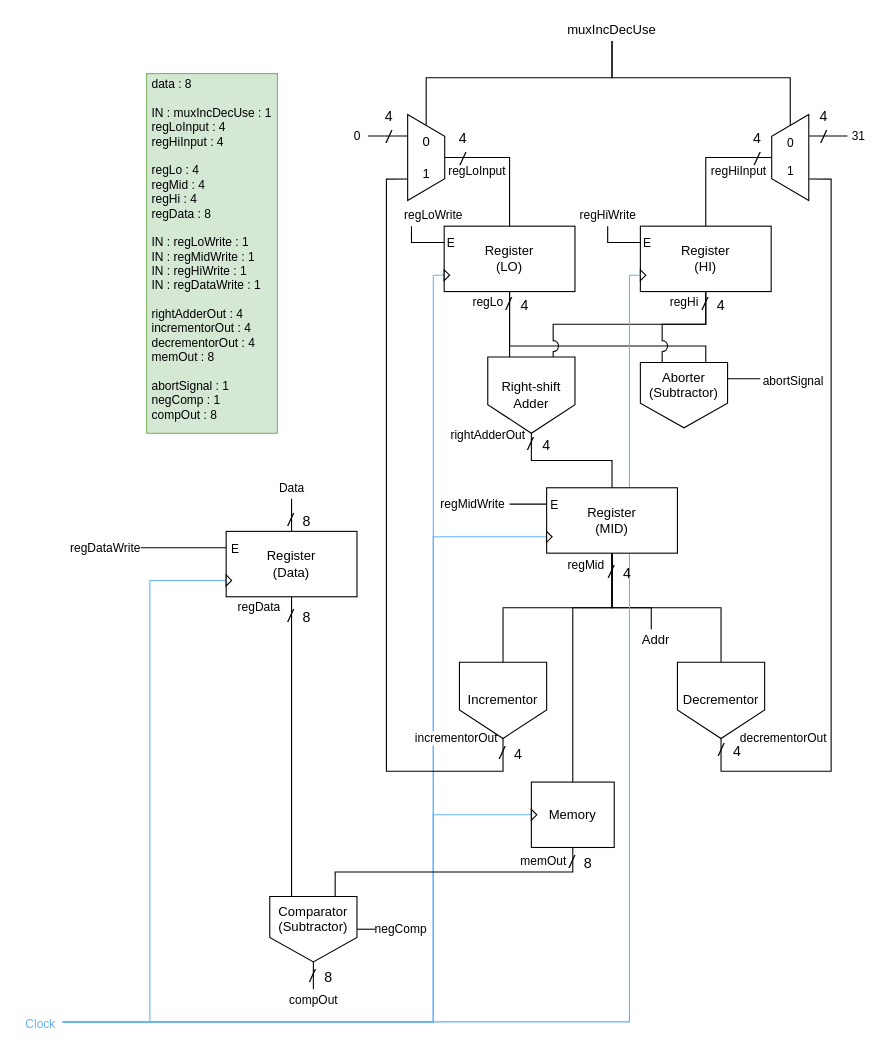
featherbear/UNSW-COMP3222 keeps this draw.io diagram as labs/lab11/L11P2/data path diagram.drawio. Above is the earlier version. Source tidied: cells renumbered, new cells numbered last; positions are measured from the earlier drawing's top-left corner, leaving out a move shared by most shapes. Both pictures are drawn from the tidied source at 109%, with x=0, y=0 at pixel (19, 19).
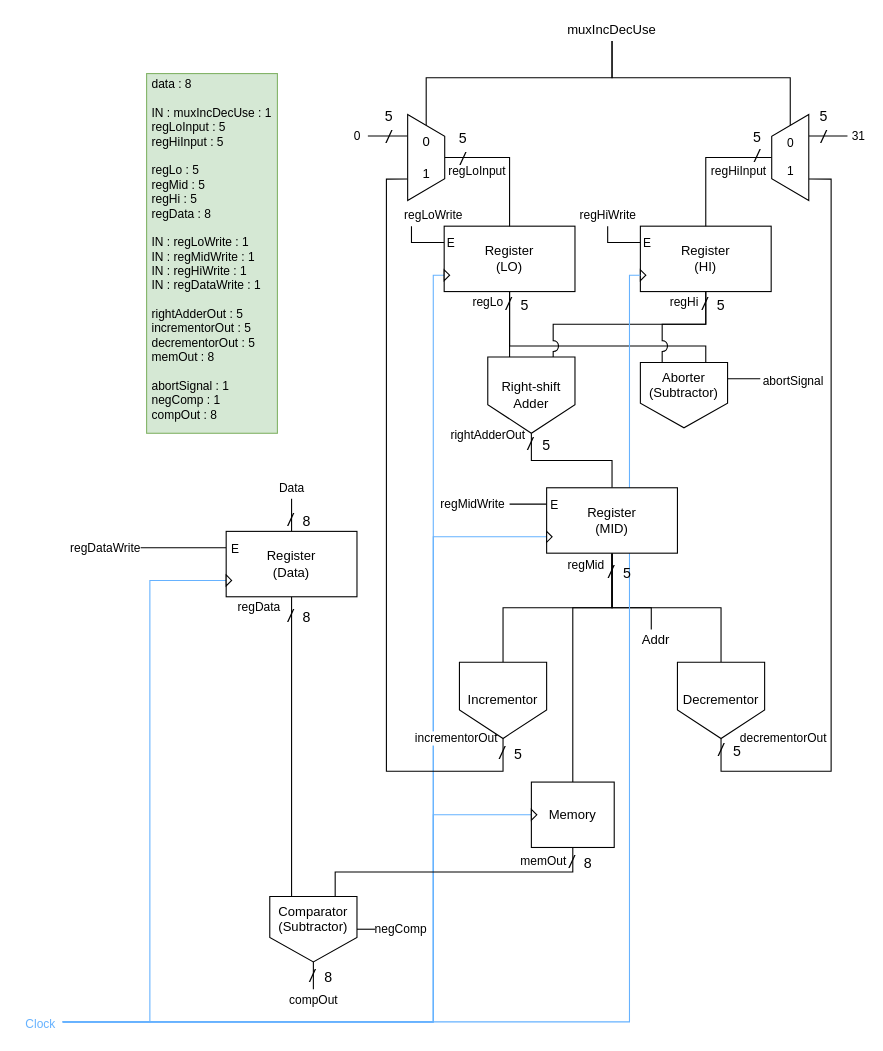
Above is the later version.

What changed in the source:
```diff
@@
-    <mxCell id="61" value="&lt;font style=&quot;font-size: 16px&quot;&gt;&lt;i&gt;/&lt;/i&gt;&amp;nbsp; &lt;/font&gt;&lt;font style=&quot;font-size: 13px&quot;&gt;4&lt;/font&gt;" style="text;html=1;align=center;verticalAlign=middle;fontSize=11;fontColor=none;" parent="1" vertex="1">
+    <mxCell id="61" value="&lt;font style=&quot;font-size: 16px&quot;&gt;&lt;i&gt;/&lt;/i&gt;&amp;nbsp; &lt;/font&gt;&lt;font style=&quot;font-size: 13px&quot;&gt;5&lt;/font&gt;" style="text;html=1;align=center;verticalAlign=middle;fontSize=11;fontColor=none;" parent="1" vertex="1">
       <mxGeometry x="632" y="661" width="40" height="20" as="geometry" />
     </mxCell>
-    <mxCell id="62" value="&lt;font style=&quot;font-size: 16px&quot;&gt;&lt;i&gt;/&lt;/i&gt;&amp;nbsp; &lt;/font&gt;&lt;font style=&quot;font-size: 13px&quot;&gt;4&lt;/font&gt;" style="text;html=1;align=center;verticalAlign=middle;fontSize=11;fontColor=none;" parent="1" vertex="1">
+    <mxCell id="62" value="&lt;font style=&quot;font-size: 16px&quot;&gt;&lt;i&gt;/&lt;/i&gt;&amp;nbsp; &lt;/font&gt;&lt;font style=&quot;font-size: 13px&quot;&gt;5&lt;/font&gt;" style="text;html=1;align=center;verticalAlign=middle;fontSize=11;fontColor=none;" parent="1" vertex="1">
       <mxGeometry x="431" y="663" width="40" height="20" as="geometry" />
     </mxCell>
@@
-    <mxCell id="64" value="&lt;font style=&quot;font-size: 16px&quot;&gt;&lt;i&gt;/&lt;/i&gt;&amp;nbsp; &lt;/font&gt;&lt;font style=&quot;font-size: 13px&quot;&gt;4&lt;/font&gt;" style="text;html=1;align=center;verticalAlign=middle;fontSize=11;fontColor=none;" parent="1" vertex="1">
+    <mxCell id="64" value="&lt;font style=&quot;font-size: 16px&quot;&gt;&lt;i&gt;/&lt;/i&gt;&amp;nbsp; &lt;/font&gt;&lt;font style=&quot;font-size: 13px&quot;&gt;5&lt;/font&gt;" style="text;html=1;align=center;verticalAlign=middle;fontSize=11;fontColor=none;" parent="1" vertex="1">
       <mxGeometry x="531" y="497" width="40" height="20" as="geometry" />
     </mxCell>
-    <mxCell id="65" value="&lt;font style=&quot;font-size: 16px&quot;&gt;&lt;i&gt;/&lt;/i&gt;&amp;nbsp; &lt;/font&gt;&lt;font style=&quot;font-size: 13px&quot;&gt;4&lt;/font&gt;" style="text;html=1;align=center;verticalAlign=middle;fontSize=11;fontColor=none;" parent="1" vertex="1">
+    <mxCell id="65" value="&lt;font style=&quot;font-size: 16px&quot;&gt;&lt;i&gt;/&lt;/i&gt;&amp;nbsp; &lt;/font&gt;&lt;font style=&quot;font-size: 13px&quot;&gt;5&lt;/font&gt;" style="text;html=1;align=center;verticalAlign=middle;fontSize=11;fontColor=none;" parent="1" vertex="1">
       <mxGeometry x="457" y="380" width="40" height="20" as="geometry" />
     </mxCell>
-    <mxCell id="66" value="&lt;font style=&quot;font-size: 16px&quot;&gt;&lt;span style=&quot;font-size: 13px&quot;&gt;4&lt;/span&gt;&lt;i&gt;&lt;br&gt;/&lt;/i&gt;&lt;/font&gt;" style="text;html=1;align=center;verticalAlign=middle;fontSize=11;fontColor=none;" parent="1" vertex="1">
+    <mxCell id="66" value="&lt;font&gt;&lt;span style=&quot;font-size: 13px&quot;&gt;5&lt;/span&gt;&lt;br&gt;&lt;span style=&quot;font-style: italic ; font-size: 16px&quot;&gt;/&lt;/span&gt;&lt;/font&gt;" style="text;html=1;align=center;verticalAlign=middle;fontSize=11;fontColor=none;" parent="1" vertex="1">
       <mxGeometry x="667" y="103" width="20" height="30" as="geometry" />
     </mxCell>
-    <mxCell id="67" value="&lt;font style=&quot;font-size: 16px&quot;&gt;&lt;span style=&quot;font-size: 13px&quot;&gt;4&lt;/span&gt;&lt;i&gt;&lt;br&gt;/&lt;/i&gt;&lt;/font&gt;" style="text;html=1;align=center;verticalAlign=middle;fontSize=11;fontColor=none;" parent="1" vertex="1">
+    <mxCell id="67" value="&lt;font style=&quot;font-size: 16px&quot;&gt;&lt;span style=&quot;font-size: 13px&quot;&gt;5&lt;/span&gt;&lt;i&gt;&lt;br&gt;/&lt;/i&gt;&lt;/font&gt;" style="text;html=1;align=center;verticalAlign=middle;fontSize=11;fontColor=none;" parent="1" vertex="1">
       <mxGeometry x="396.5" y="103" width="20" height="30" as="geometry" />
     </mxCell>
-    <mxCell id="68" value="&lt;font style=&quot;font-size: 16px&quot;&gt;&lt;i&gt;/&lt;/i&gt;&amp;nbsp; &lt;/font&gt;&lt;font style=&quot;font-size: 13px&quot;&gt;4&lt;/font&gt;" style="text;html=1;align=center;verticalAlign=middle;fontSize=11;fontColor=none;" parent="1" vertex="1">
+    <mxCell id="68" value="&lt;font style=&quot;font-size: 16px&quot;&gt;&lt;i&gt;/&lt;/i&gt;&amp;nbsp; &lt;/font&gt;&lt;font style=&quot;font-size: 13px&quot;&gt;5&lt;/font&gt;" style="text;html=1;align=center;verticalAlign=middle;fontSize=11;fontColor=none;" parent="1" vertex="1">
       <mxGeometry x="617" y="251" width="40" height="20" as="geometry" />
     </mxCell>
-    <mxCell id="69" value="&lt;font style=&quot;font-size: 16px&quot;&gt;&lt;i&gt;/&lt;/i&gt;&amp;nbsp; &lt;/font&gt;&lt;font style=&quot;font-size: 13px&quot;&gt;4&lt;/font&gt;" style="text;html=1;align=center;verticalAlign=middle;fontSize=11;fontColor=none;" parent="1" vertex="1">
+    <mxCell id="69" value="&lt;font style=&quot;font-size: 16px&quot;&gt;&lt;i&gt;/&lt;/i&gt;&amp;nbsp; &lt;/font&gt;&lt;font style=&quot;font-size: 13px&quot;&gt;5&lt;/font&gt;" style="text;html=1;align=center;verticalAlign=middle;fontSize=11;fontColor=none;" parent="1" vertex="1">
       <mxGeometry x="437" y="251" width="40" height="20" as="geometry" />
     </mxCell>
-    <mxCell id="70" value="&lt;br&gt;data : 8&lt;br&gt;&lt;br&gt;IN :&amp;nbsp;muxIncDecUse : 1&lt;br&gt;regLoInput : 4&lt;br&gt;regHiInput : 4&lt;br&gt;&lt;br&gt;regLo : 4&lt;br&gt;regMid : 4&lt;br&gt;regHi : 4&lt;br&gt;regData : 8&lt;br&gt;&lt;br&gt;IN : regLoWrite : 1&lt;br&gt;IN : regMidWrite : 1&lt;br&gt;IN :&amp;nbsp;regHiWrite : 1&lt;br&gt;IN :&amp;nbsp;regDataWrite : 1&lt;br&gt;&lt;br&gt;rightAdderOut : 4&lt;br&gt;incrementorOut : 4&lt;br&gt;decrementorOut : 4&lt;br&gt;memOut : 8&lt;br&gt;&lt;br&gt;abortSignal : 1&lt;br&gt;negComp : 1&lt;br&gt;compOut : 8" style="text;html=1;strokeColor=#82b366;fillColor=#d5e8d4;spacing=5;spacingTop=-20;whiteSpace=wrap;overflow=hidden;rounded=0;fontSize=11;align=left;verticalAlign=middle;" parent="1" vertex="1">
+    <mxCell id="70" value="&lt;br&gt;data : 8&lt;br&gt;&lt;br&gt;IN :&amp;nbsp;muxIncDecUse : 1&lt;br&gt;regLoInput : 5&lt;br&gt;regHiInput : 5&lt;br&gt;&lt;br&gt;regLo : 5&lt;br&gt;regMid : 5&lt;br&gt;regHi : 5&lt;br&gt;regData : 8&lt;br&gt;&lt;br&gt;IN : regLoWrite : 1&lt;br&gt;IN : regMidWrite : 1&lt;br&gt;IN :&amp;nbsp;regHiWrite : 1&lt;br&gt;IN :&amp;nbsp;regDataWrite : 1&lt;br&gt;&lt;br&gt;rightAdderOut : 5&lt;br&gt;incrementorOut : 5&lt;br&gt;decrementorOut : 5&lt;br&gt;memOut : 8&lt;br&gt;&lt;br&gt;abortSignal : 1&lt;br&gt;negComp : 1&lt;br&gt;compOut : 8" style="text;html=1;strokeColor=#82b366;fillColor=#d5e8d4;spacing=5;spacingTop=-20;whiteSpace=wrap;overflow=hidden;rounded=0;fontSize=11;align=left;verticalAlign=middle;" parent="1" vertex="1">
       <mxGeometry x="117" y="50" width="120" height="330" as="geometry" />
     </mxCell>
-    <mxCell id="71" value="&lt;font style=&quot;font-size: 16px&quot;&gt;&lt;span style=&quot;font-size: 13px&quot;&gt;4&lt;/span&gt;&lt;i&gt;&lt;br&gt;/&lt;/i&gt;&lt;/font&gt;" style="text;html=1;align=center;verticalAlign=middle;fontSize=11;fontColor=none;" parent="1" vertex="1">
+    <mxCell id="71" value="&lt;font style=&quot;font-size: 16px&quot;&gt;&lt;span style=&quot;font-size: 13px&quot;&gt;5&lt;/span&gt;&lt;i&gt;&lt;br&gt;/&lt;/i&gt;&lt;/font&gt;" style="text;html=1;align=center;verticalAlign=middle;fontSize=11;fontColor=none;" parent="1" vertex="1">
       <mxGeometry x="329" y="83" width="20" height="30" as="geometry" />
     </mxCell>
-    <mxCell id="72" value="&lt;font style=&quot;font-size: 16px&quot;&gt;&lt;span style=&quot;font-size: 13px&quot;&gt;4&lt;/span&gt;&lt;i&gt;&lt;br&gt;/&lt;/i&gt;&lt;/font&gt;" style="text;html=1;align=center;verticalAlign=middle;fontSize=11;fontColor=none;" parent="1" vertex="1">
+    <mxCell id="72" value="&lt;font style=&quot;font-size: 16px&quot;&gt;&lt;span style=&quot;font-size: 13px&quot;&gt;5&lt;/span&gt;&lt;i&gt;&lt;br&gt;/&lt;/i&gt;&lt;/font&gt;" style="text;html=1;align=center;verticalAlign=middle;fontSize=11;fontColor=none;" parent="1" vertex="1">
       <mxGeometry x="728" y="83" width="20" height="30" as="geometry" />
     </mxCell>
```
